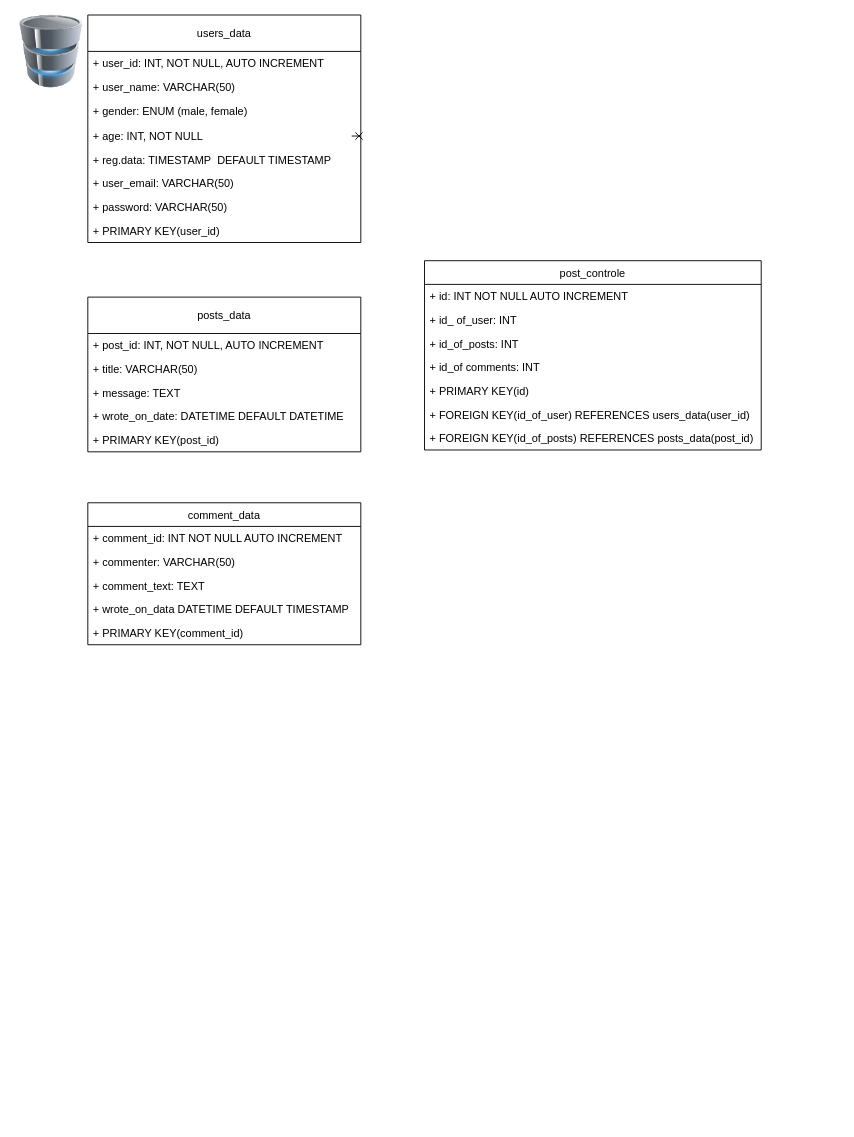
George841221/homeWork keeps this draw.io diagram as Megnevezetlen diagram.drawio. Above is the earlier version. Source tidied: cells renumbered, new cells numbered last; positions are measured from the earlier drawing's top-left corner, leaving out a move shared by most shapes. Both pictures are drawn from the tidied source at 91%, with x=0, y=0 at pixel (15, 15).
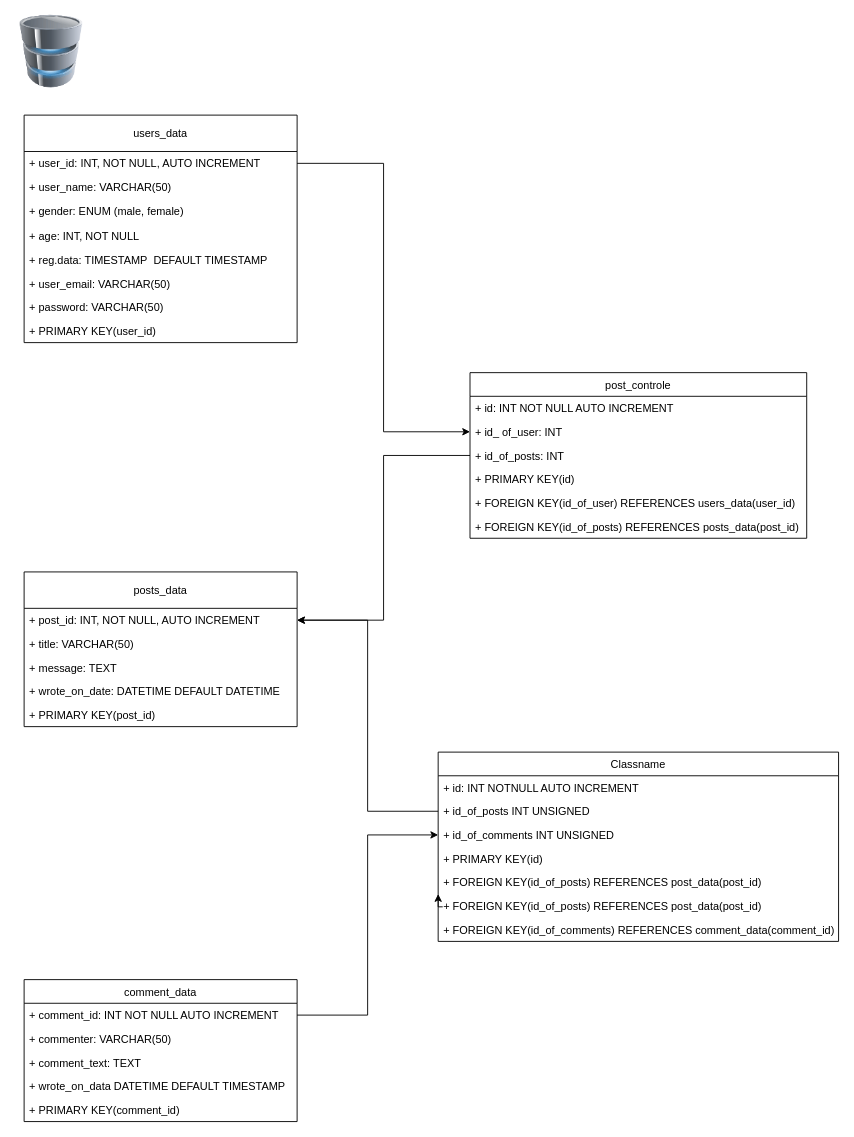
After the change.

Commit message:
Added database template

Unchanged cells that the change refers to:
```xml
<mxCell id="3" value="+ user_id: INT, NOT NULL, AUTO INCREMENT" style="text;strokeColor=none;fillColor=none;align=left;verticalAlign=top;spacingLeft=4;spacingRight=4;overflow=hidden;points=[[0,0.5],[1,0.5]];portConstraint=eastwest;" parent="2" vertex="1">
  <mxGeometry y="40" width="300" height="26" as="geometry" />
</mxCell>
<mxCell id="6" value="+ age: INT, NOT NULL" style="text;strokeColor=none;fillColor=none;align=left;verticalAlign=top;spacingLeft=4;spacingRight=4;overflow=hidden;points=[[0,0.5],[1,0.5]];portConstraint=eastwest;" parent="2" vertex="1">
  <mxGeometry y="120" width="300" height="26" as="geometry" />
</mxCell>
<mxCell id="9" value="+ password: VARCHAR(50)" style="text;strokeColor=none;fillColor=none;align=left;verticalAlign=top;spacingLeft=4;spacingRight=4;overflow=hidden;points=[[0,0.5],[1,0.5]];portConstraint=eastwest;" parent="2" vertex="1">
  <mxGeometry y="198" width="300" height="26" as="geometry" />
</mxCell>
<mxCell id="12" value="+ post_id: INT, NOT NULL, AUTO INCREMENT" style="text;strokeColor=none;fillColor=none;align=left;verticalAlign=top;spacingLeft=4;spacingRight=4;overflow=hidden;points=[[0,0.5],[1,0.5]];portConstraint=eastwest;" parent="11" vertex="1">
  <mxGeometry y="40" width="300" height="26" as="geometry" />
</mxCell>
<mxCell id="18" value="+ comment_id: INT NOT NULL AUTO INCREMENT" style="text;strokeColor=none;fillColor=none;align=left;verticalAlign=top;spacingLeft=4;spacingRight=4;overflow=hidden;points=[[0,0.5],[1,0.5]];portConstraint=eastwest;" parent="17" vertex="1">
  <mxGeometry y="26" width="300" height="26" as="geometry" />
</mxCell>
<mxCell id="25" value="+ id_ of_user: INT" style="text;strokeColor=none;fillColor=none;align=left;verticalAlign=top;spacingLeft=4;spacingRight=4;overflow=hidden;points=[[0,0.5],[1,0.5]];portConstraint=eastwest;" parent="23" vertex="1">
  <mxGeometry y="52" width="370" height="26" as="geometry" />
</mxCell>
<mxCell id="26" value="+ id_of_posts: INT" style="text;strokeColor=none;fillColor=none;align=left;verticalAlign=top;spacingLeft=4;spacingRight=4;overflow=hidden;points=[[0,0.5],[1,0.5]];portConstraint=eastwest;" parent="23" vertex="1">
  <mxGeometry y="78" width="370" height="26" as="geometry" />
</mxCell>
```

The edit, as a diff of the source:
```diff
@@
     <mxCell id="2" value="users_data" style="swimlane;fontStyle=0;horizontal=1;startSize=40;fillColor=none;" parent="1" vertex="1">
-      <mxGeometry x="80" width="300" height="250" as="geometry" />
+      <mxGeometry x="10" y="110" width="300" height="250" as="geometry" />
     </mxCell>
@@
+    <mxCell id="33" style="edgeStyle=orthogonalEdgeStyle;rounded=0;orthogonalLoop=1;jettySize=auto;html=1;exitX=1;exitY=0.5;exitDx=0;exitDy=0;entryX=1;entryY=0.5;entryDx=0;entryDy=0;" parent="2" edge="1" source="9" target="9">
+      <mxGeometry relative="1" as="geometry" />
+    </mxCell>
     <mxCell id="11" value="posts_data" style="swimlane;fontStyle=0;horizontal=1;startSize=40;fillColor=none;" parent="1" vertex="1">
-      <mxGeometry x="80" y="310" width="300" height="170" as="geometry" />
+      <mxGeometry x="10" y="612" width="300" height="170" as="geometry" />
     </mxCell>
@@
     <mxCell id="17" value="comment_data" style="swimlane;fontStyle=0;horizontal=1;startSize=26;fillColor=none;" parent="1" vertex="1">
-      <mxGeometry x="80" y="536" width="300" height="156" as="geometry" />
+      <mxGeometry x="10" y="1060" width="300" height="156" as="geometry" />
     </mxCell>
@@
     <mxCell id="23" value="post_controle" style="swimlane;fontStyle=0;horizontal=1;startSize=26;fillColor=none;" parent="1" vertex="1">
-      <mxGeometry x="450" y="270" width="370" height="208" as="geometry" />
+      <mxGeometry x="500" y="393" width="370" height="182" as="geometry" />
     </mxCell>
@@
-    <mxCell id="27" value="+ id_of comments: INT" style="text;strokeColor=none;fillColor=none;align=left;verticalAlign=top;spacingLeft=4;spacingRight=4;overflow=hidden;" parent="23" vertex="1">
-      <mxGeometry y="104" width="370" height="26" as="geometry" />
-    </mxCell>
     <mxCell id="28" value="+ PRIMARY KEY(id)" style="text;strokeColor=none;fillColor=none;align=left;verticalAlign=top;spacingLeft=4;spacingRight=4;overflow=hidden;" parent="23" vertex="1">
-      <mxGeometry y="130" width="370" height="26" as="geometry" />
+      <mxGeometry y="104" width="370" height="26" as="geometry" />
     </mxCell>
     <mxCell id="29" value="+ FOREIGN KEY(id_of_user) REFERENCES users_data(user_id)" style="text;strokeColor=none;fillColor=none;align=left;verticalAlign=top;spacingLeft=4;spacingRight=4;overflow=hidden;" parent="23" vertex="1">
-      <mxGeometry y="156" width="370" height="26" as="geometry" />
+      <mxGeometry y="130" width="370" height="26" as="geometry" />
     </mxCell>
     <mxCell id="30" value="+ FOREIGN KEY(id_of_posts) REFERENCES posts_data(post_id)" style="text;strokeColor=none;fillColor=none;align=left;verticalAlign=top;spacingLeft=4;spacingRight=4;overflow=hidden;" parent="23" vertex="1">
-      <mxGeometry y="182" width="370" height="26" as="geometry" />
+      <mxGeometry y="156" width="370" height="26" as="geometry" />
     </mxCell>
@@
-    <mxCell id="32" style="edgeStyle=orthogonalEdgeStyle;rounded=1;jettySize=auto;html=1;exitX=1;exitY=0.5;exitDx=0;exitDy=0;endArrow=cross;endFill=0;" parent="1" edge="1" source="6">
-      <mxGeometry relative="1" as="geometry">
-        <mxPoint x="370" y="133" as="targetPoint" />
-      </mxGeometry>
-    </mxCell>
+    <mxCell id="34" value="Classname" style="swimlane;fontStyle=0;horizontal=1;startSize=26;fillColor=none;" parent="1" vertex="1">
+      <mxGeometry x="465" y="810" width="440" height="208" as="geometry" />
+    </mxCell>
+    <mxCell id="35" value="+ id: INT NOTNULL AUTO INCREMENT" style="text;strokeColor=none;fillColor=none;align=left;verticalAlign=top;spacingLeft=4;spacingRight=4;overflow=hidden;" parent="34" vertex="1">
+      <mxGeometry y="26" width="440" height="26" as="geometry" />
+    </mxCell>
+    <mxCell id="36" value="+ id_of_posts INT UNSIGNED" style="text;strokeColor=none;fillColor=none;align=left;verticalAlign=top;spacingLeft=4;spacingRight=4;overflow=hidden;points=[[0,0.5],[1,0.5]];portConstraint=eastwest;" parent="34" vertex="1">
+      <mxGeometry y="52" width="440" height="26" as="geometry" />
+    </mxCell>
+    <mxCell id="37" value="+ id_of_comments INT UNSIGNED" style="text;strokeColor=none;fillColor=none;align=left;verticalAlign=top;spacingLeft=4;spacingRight=4;overflow=hidden;points=[[0,0.5],[1,0.5]];portConstraint=eastwest;" parent="34" vertex="1">
+      <mxGeometry y="78" width="440" height="26" as="geometry" />
+    </mxCell>
+    <mxCell id="38" value="+ PRIMARY KEY(id)" style="text;strokeColor=none;fillColor=none;align=left;verticalAlign=top;spacingLeft=4;spacingRight=4;overflow=hidden;" parent="34" vertex="1">
+      <mxGeometry y="104" width="440" height="26" as="geometry" />
+    </mxCell>
+    <mxCell id="39" value="+ FOREIGN KEY(id_of_posts) REFERENCES post_data(post_id)" style="text;strokeColor=none;fillColor=none;align=left;verticalAlign=top;spacingLeft=4;spacingRight=4;overflow=hidden;" parent="34" vertex="1">
+      <mxGeometry y="130" width="440" height="26" as="geometry" />
+    </mxCell>
+    <mxCell id="40" value="+ FOREIGN KEY(id_of_posts) REFERENCES post_data(post_id)" style="text;strokeColor=none;fillColor=none;align=left;verticalAlign=top;spacingLeft=4;spacingRight=4;overflow=hidden;" parent="34" vertex="1">
+      <mxGeometry y="156" width="440" height="26" as="geometry" />
+    </mxCell>
+    <mxCell id="41" value="+ FOREIGN KEY(id_of_comments) REFERENCES comment_data(comment_id)" style="text;strokeColor=none;fillColor=none;align=left;verticalAlign=top;spacingLeft=4;spacingRight=4;overflow=hidden;" parent="34" vertex="1">
+      <mxGeometry y="182" width="440" height="26" as="geometry" />
+    </mxCell>
+    <mxCell id="42" style="edgeStyle=orthogonalEdgeStyle;rounded=0;jettySize=auto;html=1;entryX=0;entryY=0.75;entryDx=0;entryDy=0;" parent="1" edge="1" target="34">
+      <mxGeometry relative="1" as="geometry">
+        <mxPoint x="470" y="980" as="sourcePoint" />
+      </mxGeometry>
+    </mxCell>
+    <mxCell id="43" style="edgeStyle=orthogonalEdgeStyle;rounded=0;jettySize=auto;html=1;entryX=0;entryY=0.5;entryDx=0;entryDy=0;" parent="1" edge="1" source="3" target="25">
+      <mxGeometry relative="1" as="geometry" />
+    </mxCell>
+    <mxCell id="44" style="edgeStyle=orthogonalEdgeStyle;rounded=0;jettySize=auto;html=1;entryX=1;entryY=0.5;entryDx=0;entryDy=0;" parent="1" edge="1" source="26" target="12">
+      <mxGeometry relative="1" as="geometry" />
+    </mxCell>
+    <mxCell id="45" style="edgeStyle=orthogonalEdgeStyle;rounded=0;jettySize=auto;html=1;entryX=0;entryY=0.5;entryDx=0;entryDy=0;" parent="1" edge="1" source="18" target="37">
+      <mxGeometry relative="1" as="geometry" />
+    </mxCell>
+    <mxCell id="46" style="edgeStyle=orthogonalEdgeStyle;rounded=0;jettySize=auto;html=1;entryX=1;entryY=0.5;entryDx=0;entryDy=0;" parent="1" edge="1" source="36" target="12">
+      <mxGeometry relative="1" as="geometry" />
+    </mxCell>
```
